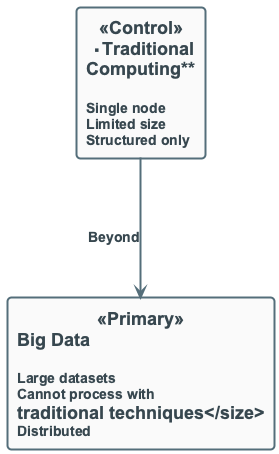
Before: diagrams/week01/week1_bigdata_definition.png, a diagram exported from PlantUML (OrPerets/data-engineering-course). Its diagram source:
```plantuml
@startuml
!include ../_template_styles.puml
left to right direction

rectangle "**Traditional\nComputing**\n\n<size:14>Single node</size>\n<size:14>Limited size</size>\n<size:14>Structured only</size>" as T <<Control>>

rectangle "**Big Data**\n\n<size:14>Large datasets</size>\n<size:14>Cannot process with\ntraditional techniques</size>\n<size:14>Distributed</size>" as B <<Primary>>

T -> B : **Beyond**

@enduml
```
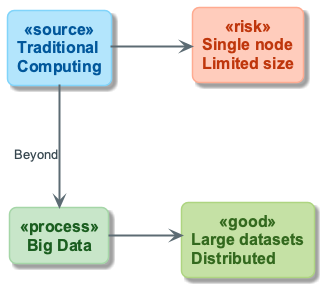
The same file after the commit.

Change to the diagram source:
```diff
@@ -1,11 +1,19 @@
 @startuml
 !include ../_template_styles.puml
+!include _week1_visual_style.puml
+
 left to right direction
+skinparam nodesep 120
+skinparam ranksep 70
 
-rectangle "**Traditional\nComputing**\n\n<size:14>Single node</size>\n<size:14>Limited size</size>\n<size:14>Structured only</size>" as T <<Control>>
+rectangle "Traditional\nComputing" as T <<source>>
+rectangle "Big Data" as B <<process>>
 
-rectangle "**Big Data**\n\n<size:14>Large datasets</size>\n<size:14>Cannot process with\ntraditional techniques</size>\n<size:14>Distributed</size>" as B <<Primary>>
+rectangle "Single node\nLimited size" as T1 <<risk>>
+rectangle "Large datasets\nDistributed" as B1 <<good>>
 
-T -> B : **Beyond**
+T -down-> T1
+B -down-> B1
+T -right-> B : Beyond
 
 @enduml
```
